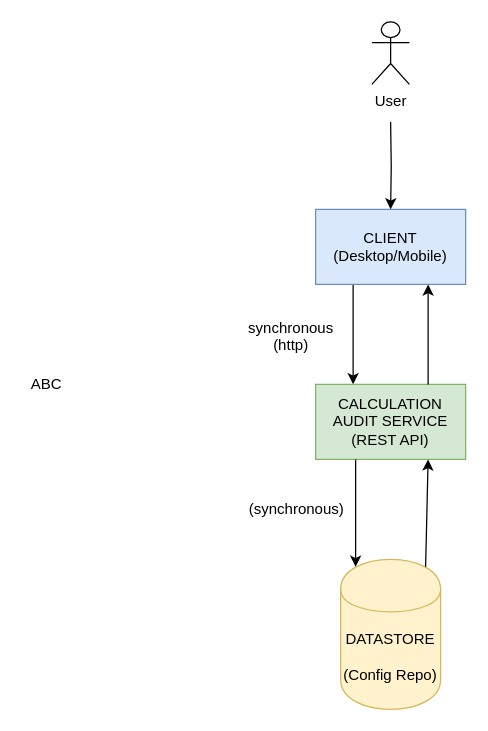
rajkumar90/intuit-craft keeps this draw.io diagram as Initial - Pull.drawio. Above is the earlier version. Source tidied: cells renumbered, new cells numbered last; positions are measured from the earlier drawing's top-left corner, leaving out a move shared by most shapes. Both pictures are drawn from the tidied source at 125%, with x=0, y=0 at pixel (21, 21).
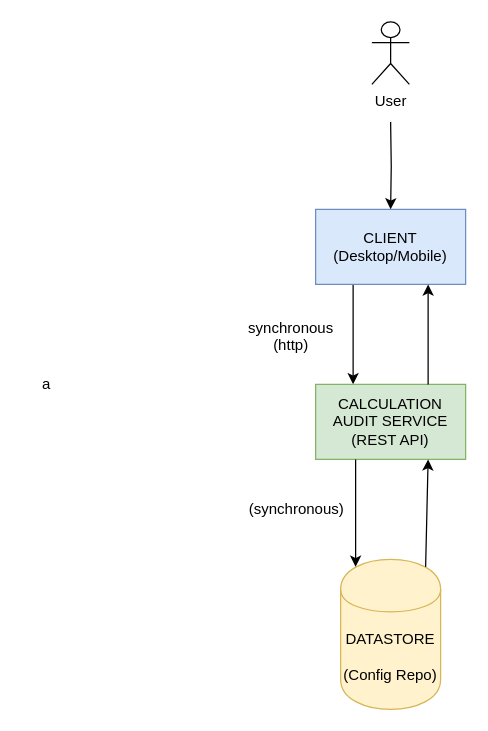
Above is the later version.

Change to the diagram source:
```diff
@@
 <mxGraphModel>
   <root>
     <mxCell id="0" />
     <mxCell id="1" parent="0" />
     <mxCell id="2" style="edgeStyle=orthogonalEdgeStyle;rounded=0;jettySize=auto;html=1;exitX=0.25;exitY=1;exitDx=0;exitDy=0;entryX=0.25;entryY=0;entryDx=0;entryDy=0;" parent="1" edge="1" source="3" target="4">
       <mxGeometry relative="1" as="geometry" />
     </mxCell>
     <mxCell id="3" value="CLIENT (Desktop/Mobile)" style="rounded=0;whiteSpace=wrap;html=1;fillColor=#dae8fc;strokeColor=#6c8ebf;" parent="1" vertex="1">
       <mxGeometry x="235" y="150" width="120" height="60" as="geometry" />
     </mxCell>
     <mxCell id="4" value="CALCULATION AUDIT SERVICE&lt;br&gt;(REST API)" style="rounded=0;whiteSpace=wrap;html=1;fillColor=#d5e8d4;strokeColor=#82b366;" parent="1" vertex="1">
       <mxGeometry x="235" y="290" width="120" height="60" as="geometry" />
     </mxCell>
     <mxCell id="5" value="DATASTORE&lt;br&gt;&lt;br&gt;(Config Repo)" style="shape=cylinder;whiteSpace=wrap;html=1;boundedLbl=1;backgroundOutline=1;rounded=0;fillColor=#fff2cc;strokeColor=#d6b656;" parent="1" vertex="1">
       <mxGeometry x="255" y="430" width="80" height="120" as="geometry" />
     </mxCell>
     <mxCell id="6" style="endArrow=classic;html=1;entryX=0.15;entryY=0.05;entryDx=0;entryDy=0;entryPerimeter=0;" parent="1" edge="1" target="5">
       <mxGeometry relative="1" as="geometry">
         <mxPoint x="267" y="350" as="sourcePoint" />
       </mxGeometry>
     </mxCell>
     <mxCell id="7" style="endArrow=classic;html=1;exitX=0.75;exitY=0;exitDx=0;exitDy=0;entryX=0.75;entryY=1;entryDx=0;entryDy=0;" parent="1" edge="1" source="4" target="3">
       <mxGeometry relative="1" as="geometry" />
     </mxCell>
     <mxCell id="8" style="endArrow=classic;html=1;exitX=0.85;exitY=0.05;exitDx=0;exitDy=0;exitPerimeter=0;entryX=0.75;entryY=1;entryDx=0;entryDy=0;" parent="1" edge="1" source="5" target="4">
       <mxGeometry relative="1" as="geometry" />
     </mxCell>
     <mxCell id="9" style="edgeStyle=orthogonalEdgeStyle;rounded=0;jettySize=auto;html=1;" parent="1" edge="1" target="3">
       <mxGeometry relative="1" as="geometry">
         <mxPoint x="295" y="80" as="sourcePoint" />
       </mxGeometry>
     </mxCell>
     <mxCell id="10" value="User&lt;br&gt;" style="shape=umlActor;verticalLabelPosition=bottom;labelBackgroundColor=#ffffff;verticalAlign=top;html=1;" parent="1" vertex="1">
       <mxGeometry x="280" width="30" height="50" as="geometry" />
     </mxCell>
     <mxCell id="11" value="synchronous&lt;br&gt;(http)" style="text;html=1;align=center;verticalAlign=top;spacingTop=-4;" parent="1" vertex="1">
       <mxGeometry x="175" y="235" width="80" height="30" as="geometry" />
     </mxCell>
     <mxCell id="12" value="(synchronous)" style="text;html=1;align=left;verticalAlign=top;spacingTop=-4;" parent="1" vertex="1">
       <mxGeometry x="180" y="380" width="90" height="20" as="geometry" />
     </mxCell>
-    <mxCell id="13" value="ABC" style="text;html=1;strokeColor=none;fillColor=none;align=center;verticalAlign=middle;whiteSpace=wrap;rounded=0;" parent="1" vertex="1">
+    <mxCell id="13" value="a" style="text;html=1;strokeColor=none;fillColor=none;align=center;verticalAlign=middle;whiteSpace=wrap;rounded=0;" parent="1" vertex="1">
       <mxGeometry y="280" width="40" height="20" as="geometry" />
     </mxCell>
   </root>
 </mxGraphModel>
```
